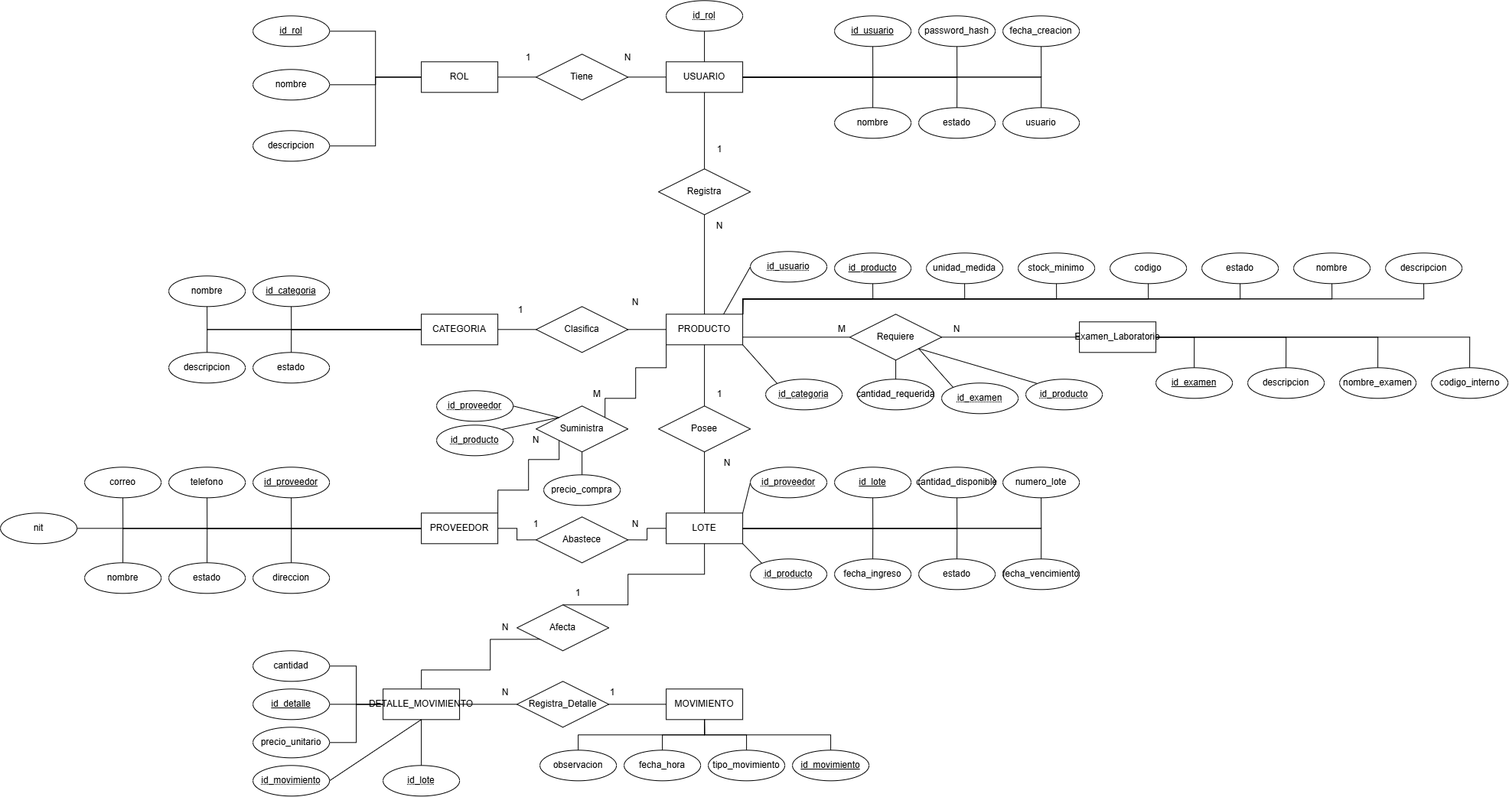
Before: docs/diagramas/DIAGRAMA-ER-LAB.drawio.png, a diagram exported from draw.io (Criss-paz/sistema-inventario-laboratorio). Source tidied: cells renumbered, new cells last; positions are measured from the earlier drawing's top-left corner, leaving out a move shared by most shapes.
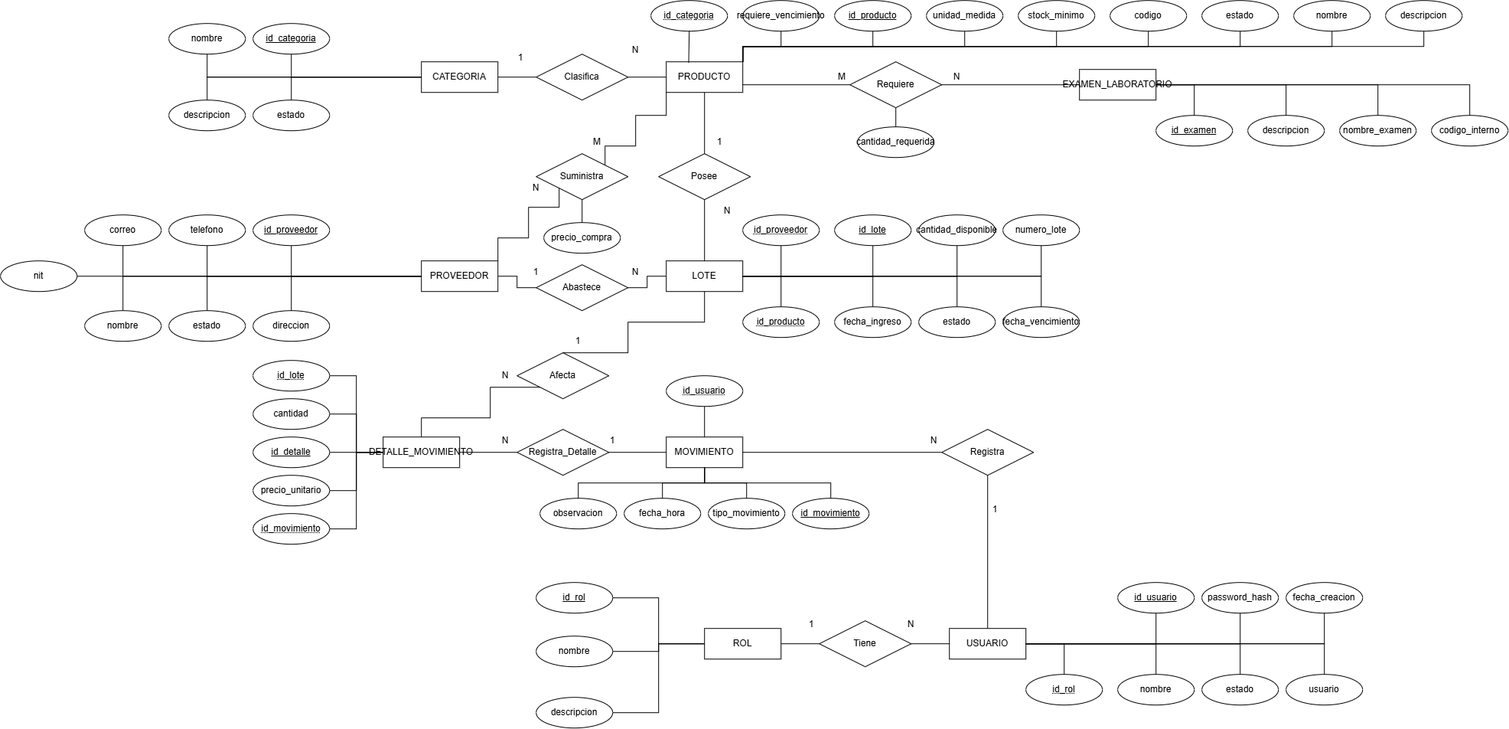
After the change.

Commit message:
fix(docs): corrige el diagrama ER y lo re-exporta a PNG y PDF

La relacion Registra conectaba USUARIO con PRODUCTO, pero la FK real del
DDL es movimiento.id_usuario: ahora es USUARIO (1) - Registra - (N)
MOVIMIENTO. Se agrego el atributo requiere_vencimiento a PRODUCTO, se
completaron las 7 FK del DDL como atributos de forma consistente, se
renombro Examen_Laboratorio a EXAMEN_LABORATORIO y se elimino una arista
sin anclar en id_categoria. PNG y PDF regenerados desde el .drawio.

What changed in the source:
```diff
@@ -8,6 +8,9 @@
     <mxCell id="3" value="ROL" style="whiteSpace=wrap;html=1;align=center;" parent="1" vertex="1">
-      <mxGeometry x="550" y="80" width="100" height="40" as="geometry" />
+      <mxGeometry x="920" y="1150" width="100" height="40" as="geometry" />
     </mxCell>
+    <mxCell id="170" style="edgeStyle=none;curved=1;rounded=0;jettySize=auto;html=1;exitX=0.5;exitY=0;exitDx=0;exitDy=0;entryX=0.5;entryY=1;entryDx=0;entryDy=0;fontSize=12;startSize=8;endSize=8;endArrow=none;endFill=0;" parent="1" edge="1" source="4" target="107">
+      <mxGeometry relative="1" as="geometry" />
+    </mxCell>
     <mxCell id="4" value="USUARIO" style="whiteSpace=wrap;html=1;align=center;" parent="1" vertex="1">
-      <mxGeometry x="870" y="80" width="100" height="40" as="geometry" />
+      <mxGeometry x="1240" y="1150" width="100" height="40" as="geometry" />
     </mxCell>
@@ -47,3 +50,3 @@
     </mxCell>
-    <mxCell id="14" value="Examen_Laboratorio" style="whiteSpace=wrap;html=1;align=center;" parent="1" vertex="1">
+    <mxCell id="14" value="EXAMEN_LABORATORIO" style="whiteSpace=wrap;html=1;align=center;" parent="1" vertex="1">
       <mxGeometry x="1410" y="420" width="100" height="40" as="geometry" />
@@ -54,3 +57,3 @@
     <mxCell id="16" value="id_rol" style="ellipse;whiteSpace=wrap;html=1;align=center;fontStyle=4;" parent="1" vertex="1">
-      <mxGeometry x="330" y="20" width="100" height="40" as="geometry" />
+      <mxGeometry x="700" y="1090" width="100" height="40" as="geometry" />
     </mxCell>
@@ -60,3 +63,3 @@
     <mxCell id="18" value="nombre" style="ellipse;whiteSpace=wrap;html=1;align=center;" parent="1" vertex="1">
-      <mxGeometry x="330" y="90" width="100" height="40" as="geometry" />
+      <mxGeometry x="700" y="1160" width="100" height="40" as="geometry" />
     </mxCell>
@@ -66,3 +69,3 @@
     <mxCell id="20" value="descripcion" style="ellipse;whiteSpace=wrap;html=1;align=center;" parent="1" vertex="1">
-      <mxGeometry x="330" y="170" width="100" height="40" as="geometry" />
+      <mxGeometry x="700" y="1240" width="100" height="40" as="geometry" />
     </mxCell>
@@ -72,3 +75,3 @@
     <mxCell id="22" value="id_usuario" style="ellipse;whiteSpace=wrap;html=1;align=center;fontStyle=4;" parent="1" vertex="1">
-      <mxGeometry x="1090" y="20" width="100" height="40" as="geometry" />
+      <mxGeometry x="1460" y="1090" width="100" height="40" as="geometry" />
     </mxCell>
@@ -78,3 +81,3 @@
     <mxCell id="24" value="nombre" style="ellipse;whiteSpace=wrap;html=1;align=center;" parent="1" vertex="1">
-      <mxGeometry x="1090" y="140" width="100" height="40" as="geometry" />
+      <mxGeometry x="1460" y="1210" width="100" height="40" as="geometry" />
     </mxCell>
@@ -84,3 +87,3 @@
     <mxCell id="26" value="usuario" style="ellipse;whiteSpace=wrap;html=1;align=center;" parent="1" vertex="1">
-      <mxGeometry x="1310" y="140" width="100" height="40" as="geometry" />
+      <mxGeometry x="1680" y="1210" width="100" height="40" as="geometry" />
     </mxCell>
@@ -90,3 +93,3 @@
     <mxCell id="28" value="password_hash" style="ellipse;whiteSpace=wrap;html=1;align=center;" parent="1" vertex="1">
-      <mxGeometry x="1200" y="20" width="100" height="40" as="geometry" />
+      <mxGeometry x="1570" y="1090" width="100" height="40" as="geometry" />
     </mxCell>
@@ -96,3 +99,3 @@
     <mxCell id="30" value="estado" style="ellipse;whiteSpace=wrap;html=1;align=center;" parent="1" vertex="1">
-      <mxGeometry x="1200" y="140" width="100" height="40" as="geometry" />
+      <mxGeometry x="1570" y="1210" width="100" height="40" as="geometry" />
     </mxCell>
@@ -102,3 +105,3 @@
     <mxCell id="32" value="fecha_creacion" style="ellipse;whiteSpace=wrap;html=1;align=center;" parent="1" vertex="1">
-      <mxGeometry x="1310" y="20" width="100" height="40" as="geometry" />
+      <mxGeometry x="1680" y="1090" width="100" height="40" as="geometry" />
     </mxCell>
@@ -304,9 +307,9 @@
     <mxCell id="98" value="Tiene" style="shape=rhombus;perimeter=rhombusPerimeter;whiteSpace=wrap;html=1;align=center;" parent="1" vertex="1">
-      <mxGeometry x="700" y="70" width="120" height="60" as="geometry" />
+      <mxGeometry x="1070" y="1140" width="120" height="60" as="geometry" />
     </mxCell>
     <mxCell id="99" value="1" style="text;html=1;whiteSpace=wrap;strokeColor=none;fillColor=none;align=center;verticalAlign=middle;rounded=0;" parent="1" vertex="1">
-      <mxGeometry x="660" y="60" width="60" height="30" as="geometry" />
+      <mxGeometry x="1030" y="1130" width="60" height="30" as="geometry" />
     </mxCell>
     <mxCell id="100" value="N" style="text;html=1;whiteSpace=wrap;strokeColor=none;fillColor=none;align=center;verticalAlign=middle;rounded=0;" parent="1" vertex="1">
-      <mxGeometry x="790" y="60" width="60" height="30" as="geometry" />
+      <mxGeometry x="1160" y="1130" width="60" height="30" as="geometry" />
     </mxCell>
@@ -324,17 +327,11 @@
     </mxCell>
-    <mxCell id="105" style="edgeStyle=orthogonalEdgeStyle;rounded=0;jettySize=auto;html=1;exitX=0.5;exitY=0;exitDx=0;exitDy=0;entryX=0.5;entryY=1;entryDx=0;entryDy=0;endArrow=none;endFill=0;" parent="1" edge="1" source="107" target="4">
-      <mxGeometry relative="1" as="geometry" />
-    </mxCell>
-    <mxCell id="106" style="edgeStyle=orthogonalEdgeStyle;rounded=0;jettySize=auto;html=1;exitX=0.5;exitY=1;exitDx=0;exitDy=0;entryX=0.5;entryY=0;entryDx=0;entryDy=0;endArrow=none;endFill=0;" parent="1" edge="1" source="107" target="7">
-      <mxGeometry relative="1" as="geometry" />
-    </mxCell>
+    <mxCell id="171" style="edgeStyle=none;curved=1;rounded=0;jettySize=auto;html=1;exitX=0;exitY=0.5;exitDx=0;exitDy=0;entryX=1;entryY=0.5;entryDx=0;entryDy=0;fontSize=12;startSize=8;endSize=8;endArrow=none;endFill=0;" parent="1" edge="1" source="107" target="13">
+      <mxGeometry relative="1" as="geometry" />
+    </mxCell>
     <mxCell id="107" value="Registra" style="shape=rhombus;perimeter=rhombusPerimeter;whiteSpace=wrap;html=1;align=center;" parent="1" vertex="1">
-      <mxGeometry x="860" y="220" width="120" height="60" as="geometry" />
+      <mxGeometry x="1230" y="890" width="120" height="60" as="geometry" />
     </mxCell>
     <mxCell id="108" value="1" style="text;html=1;whiteSpace=wrap;strokeColor=none;fillColor=none;align=center;verticalAlign=middle;rounded=0;" parent="1" vertex="1">
-      <mxGeometry x="910" y="180" width="60" height="30" as="geometry" />
+      <mxGeometry x="1270" y="980" width="60" height="30" as="geometry" />
     </mxCell>
-    <mxCell id="109" value="N" style="text;html=1;whiteSpace=wrap;strokeColor=none;fillColor=none;align=center;verticalAlign=middle;rounded=0;" parent="1" vertex="1">
-      <mxGeometry x="910" y="280" width="60" height="30" as="geometry" />
-    </mxCell>
     <mxCell id="110" style="edgeStyle=orthogonalEdgeStyle;rounded=0;jettySize=auto;html=1;exitX=0.5;exitY=0;exitDx=0;exitDy=0;entryX=0.5;entryY=1;entryDx=0;entryDy=0;endArrow=none;endFill=0;" parent="1" edge="1" source="112" target="7">
@@ -472,3 +469,24 @@
     </mxCell>
+    <mxCell id="109" value="N" style="text;html=1;whiteSpace=wrap;strokeColor=none;fillColor=none;align=center;verticalAlign=middle;rounded=0;" parent="1" vertex="1">
+      <mxGeometry x="1190" y="890" width="60" height="30" as="geometry" />
+    </mxCell>
+    <mxCell id="172" style="edgeStyle=none;curved=1;rounded=0;jettySize=auto;html=1;exitX=0.5;exitY=1;exitDx=0;exitDy=0;entryX=0.5;entryY=0;entryDx=0;entryDy=0;fontSize=12;startSize=8;endSize=8;endArrow=none;endFill=0;" parent="1" edge="1" source="169" target="13">
+      <mxGeometry relative="1" as="geometry" />
+    </mxCell>
+    <mxCell id="169" value="id_usuario" style="ellipse;whiteSpace=wrap;html=1;align=center;fontStyle=20;" parent="1" vertex="1">
+      <mxGeometry x="870" y="820" width="100" height="40" as="geometry" />
+    </mxCell>
+    <mxCell id="173" style="edgeStyle=orthogonalEdgeStyle;rounded=0;jettySize=auto;html=1;exitX=0.5;exitY=1;exitDx=0;exitDy=0;fontSize=12;startSize=8;endSize=8;endArrow=none;endFill=0;entryX=1;entryY=0;entryDx=0;entryDy=0;" parent="1" edge="1" source="174" target="7">
+      <mxGeometry relative="1" as="geometry" />
+    </mxCell>
+    <mxCell id="174" value="requiere_vencimiento" style="ellipse;whiteSpace=wrap;html=1;align=center;" parent="1" vertex="1">
+      <mxGeometry x="970" y="330" width="100" height="40" as="geometry" />
+    </mxCell>
+    <mxCell id="151" value="id_categoria" style="ellipse;whiteSpace=wrap;html=1;align=center;fontStyle=20;" parent="1" vertex="1">
+      <mxGeometry x="850" y="330" width="100" height="40" as="geometry" />
+    </mxCell>
+    <mxCell id="150" style="edgeStyle=none;curved=1;rounded=0;jettySize=auto;html=1;exitX=0.5;exitY=1;exitDx=0;exitDy=0;fontSize=12;startSize=8;endSize=8;endArrow=none;endFill=0;entryX=0.293;entryY=0.025;entryDx=0;entryDy=0;entryPerimeter=0;" parent="1" edge="1" source="151" target="7">
+      <mxGeometry relative="1" as="geometry" />
+    </mxCell>
-    <mxCell id="148" style="edgeStyle=none;curved=1;rounded=0;jettySize=auto;html=1;exitX=0.5;exitY=1;exitDx=0;exitDy=0;entryX=0.5;entryY=0;entryDx=0;entryDy=0;fontSize=12;startSize=8;endSize=8;endArrow=none;endFill=0;" parent="1" edge="1" source="149" target="4">
+    <mxCell id="148" style="edgeStyle=orthogonalEdgeStyle;rounded=0;jettySize=auto;html=1;exitX=0.5;exitY=0;exitDx=0;exitDy=0;fontSize=12;startSize=8;endSize=8;endArrow=none;endFill=0;entryX=1;entryY=0.5;entryDx=0;entryDy=0;" parent="1" edge="1" source="149" target="4">
       <mxGeometry relative="1" as="geometry" />
@@ -476,41 +494,17 @@
     <mxCell id="149" value="id_rol" style="ellipse;whiteSpace=wrap;html=1;align=center;fontStyle=20;" parent="1" vertex="1">
-      <mxGeometry x="870" width="100" height="40" as="geometry" />
+      <mxGeometry x="1340" y="1210" width="100" height="40" as="geometry" />
     </mxCell>
-    <mxCell id="150" style="edgeStyle=none;curved=1;rounded=0;jettySize=auto;html=1;exitX=0;exitY=0;exitDx=0;exitDy=0;entryX=1;entryY=1;entryDx=0;entryDy=0;fontSize=12;startSize=8;endSize=8;endArrow=none;endFill=0;" parent="1" edge="1" source="151" target="7">
-      <mxGeometry relative="1" as="geometry" />
-    </mxCell>
-    <mxCell id="151" value="id_categoria" style="ellipse;whiteSpace=wrap;html=1;align=center;fontStyle=20;" parent="1" vertex="1">
-      <mxGeometry x="1000" y="495" width="100" height="40" as="geometry" />
-    </mxCell>
-    <mxCell id="152" style="edgeStyle=none;curved=1;rounded=0;jettySize=auto;html=1;exitX=0;exitY=0;exitDx=0;exitDy=0;entryX=1;entryY=1;entryDx=0;entryDy=0;fontSize=12;startSize=8;endSize=8;endArrow=none;endFill=0;" parent="1" edge="1" source="153" target="12">
-      <mxGeometry relative="1" as="geometry" />
-    </mxCell>
-    <mxCell id="153" value="id_producto" style="ellipse;whiteSpace=wrap;html=1;align=center;fontStyle=20;" parent="1" vertex="1">
-      <mxGeometry x="980" y="730" width="100" height="40" as="geometry" />
-    </mxCell>
-    <mxCell id="154" value="id_proveedor" style="ellipse;whiteSpace=wrap;html=1;align=center;fontStyle=20;" parent="1" vertex="1">
-      <mxGeometry x="570" y="510" width="100" height="40" as="geometry" />
-    </mxCell>
-    <mxCell id="155" style="edgeStyle=none;curved=1;rounded=0;jettySize=auto;html=1;exitX=1;exitY=0.5;exitDx=0;exitDy=0;entryX=0;entryY=0;entryDx=0;entryDy=0;fontSize=12;startSize=8;endSize=8;endArrow=none;endFill=0;" parent="1" edge="1" source="154" target="116">
-      <mxGeometry relative="1" as="geometry" />
-    </mxCell>
-    <mxCell id="156" style="edgeStyle=none;curved=1;rounded=0;jettySize=auto;html=1;exitX=1;exitY=0;exitDx=0;exitDy=0;entryX=0;entryY=0;entryDx=0;entryDy=0;fontSize=12;startSize=8;endSize=8;endArrow=none;endFill=0;" parent="1" edge="1" source="157" target="116">
-      <mxGeometry relative="1" as="geometry" />
-    </mxCell>
-    <mxCell id="157" value="id_producto" style="ellipse;whiteSpace=wrap;html=1;align=center;fontStyle=20;" parent="1" vertex="1">
-      <mxGeometry x="570" y="555" width="100" height="40" as="geometry" />
-    </mxCell>
-    <mxCell id="158" value="id_examen" style="ellipse;whiteSpace=wrap;html=1;align=center;fontStyle=20;" parent="1" vertex="1">
-      <mxGeometry x="1230" y="500" width="100" height="40" as="geometry" />
-    </mxCell>
-    <mxCell id="159" style="edgeStyle=none;curved=1;rounded=0;jettySize=auto;html=1;exitX=0;exitY=0;exitDx=0;exitDy=0;entryX=1;entryY=1;entryDx=0;entryDy=0;fontSize=12;startSize=8;endSize=8;endArrow=none;endFill=0;" parent="1" edge="1" source="158" target="123">
-      <mxGeometry relative="1" as="geometry" />
-    </mxCell>
-    <mxCell id="160" style="edgeStyle=none;curved=1;rounded=0;jettySize=auto;html=1;exitX=0;exitY=0;exitDx=0;exitDy=0;entryX=1;entryY=1;entryDx=0;entryDy=0;fontSize=12;startSize=8;endSize=8;endArrow=none;endFill=0;" parent="1" edge="1" source="161" target="123">
-      <mxGeometry relative="1" as="geometry" />
-    </mxCell>
-    <mxCell id="161" value="id_producto" style="ellipse;whiteSpace=wrap;html=1;align=center;fontStyle=20;" parent="1" vertex="1">
-      <mxGeometry x="1340" y="495" width="100" height="40" as="geometry" />
-    </mxCell>
+    <mxCell id="175" style="edgeStyle=orthogonalEdgeStyle;rounded=0;jettySize=auto;html=1;exitX=0.5;exitY=0;exitDx=0;exitDy=0;entryX=1;entryY=0.5;entryDx=0;entryDy=0;fontSize=12;startSize=8;endSize=8;endArrow=none;endFill=0;" parent="1" edge="1" source="176" target="12">
+      <mxGeometry relative="1" as="geometry" />
+    </mxCell>
+    <mxCell id="176" value="id_producto" style="ellipse;whiteSpace=wrap;html=1;align=center;fontStyle=20;" parent="1" vertex="1">
+      <mxGeometry x="970" y="730" width="100" height="40" as="geometry" />
+    </mxCell>
+    <mxCell id="177" style="edgeStyle=orthogonalEdgeStyle;rounded=0;jettySize=auto;html=1;exitX=0.5;exitY=1;exitDx=0;exitDy=0;entryX=1;entryY=0.5;entryDx=0;entryDy=0;fontSize=12;startSize=8;endSize=8;endArrow=none;endFill=0;" parent="1" edge="1" source="178" target="12">
+      <mxGeometry relative="1" as="geometry" />
+    </mxCell>
+    <mxCell id="178" value="id_proveedor" style="ellipse;whiteSpace=wrap;html=1;align=center;fontStyle=20;" parent="1" vertex="1">
+      <mxGeometry x="970" y="610" width="100" height="40" as="geometry" />
+    </mxCell>
-    <mxCell id="162" style="edgeStyle=none;curved=1;rounded=0;jettySize=auto;html=1;exitX=1;exitY=0.5;exitDx=0;exitDy=0;entryX=0.5;entryY=1;entryDx=0;entryDy=0;fontSize=12;startSize=8;endSize=8;endArrow=none;endFill=0;" parent="1" edge="1" source="163" target="138">
+    <mxCell id="162" style="edgeStyle=orthogonalEdgeStyle;rounded=0;jettySize=auto;html=1;exitX=1;exitY=0.5;exitDx=0;exitDy=0;entryX=0;entryY=0.5;entryDx=0;entryDy=0;fontSize=12;startSize=8;endSize=8;endArrow=none;endFill=0;" parent="1" edge="1" source="163" target="138">
       <mxGeometry relative="1" as="geometry" />
@@ -520,9 +514,3 @@
     </mxCell>
-    <mxCell id="164" style="edgeStyle=none;curved=1;rounded=0;jettySize=auto;html=1;exitX=0;exitY=0.5;exitDx=0;exitDy=0;entryX=1;entryY=0;entryDx=0;entryDy=0;fontSize=12;startSize=8;endSize=8;endArrow=none;endFill=0;" parent="1" edge="1" source="165" target="12">
-      <mxGeometry relative="1" as="geometry" />
-    </mxCell>
-    <mxCell id="165" value="id_proveedor" style="ellipse;whiteSpace=wrap;html=1;align=center;fontStyle=20;" parent="1" vertex="1">
-      <mxGeometry x="980" y="610" width="100" height="40" as="geometry" />
-    </mxCell>
-    <mxCell id="166" style="edgeStyle=none;curved=1;rounded=0;jettySize=auto;html=1;exitX=0.5;exitY=0;exitDx=0;exitDy=0;entryX=0.5;entryY=1;entryDx=0;entryDy=0;fontSize=12;startSize=8;endSize=8;endArrow=none;endFill=0;" parent="1" edge="1" source="167" target="138">
+    <mxCell id="166" style="edgeStyle=orthogonalEdgeStyle;rounded=0;jettySize=auto;html=1;exitX=1;exitY=0.5;exitDx=0;exitDy=0;entryX=0;entryY=0.5;entryDx=0;entryDy=0;fontSize=12;startSize=8;endSize=8;endArrow=none;endFill=0;" parent="1" edge="1" source="167" target="138">
       <mxGeometry relative="1" as="geometry" />
@@ -530,10 +518,4 @@
     <mxCell id="167" value="id_lote" style="ellipse;whiteSpace=wrap;html=1;align=center;fontStyle=20;" parent="1" vertex="1">
-      <mxGeometry x="500" y="1000" width="100" height="40" as="geometry" />
+      <mxGeometry x="330" y="800" width="100" height="40" as="geometry" />
     </mxCell>
-    <mxCell id="168" style="edgeStyle=none;curved=1;rounded=0;jettySize=auto;html=1;exitX=0;exitY=0.5;exitDx=0;exitDy=0;entryX=0.75;entryY=0;entryDx=0;entryDy=0;fontSize=12;startSize=8;endSize=8;endArrow=none;endFill=0;" parent="1" edge="1" source="169" target="7">
-      <mxGeometry relative="1" as="geometry" />
-    </mxCell>
-    <mxCell id="169" value="id_usuario" style="ellipse;whiteSpace=wrap;html=1;align=center;fontStyle=20;" parent="1" vertex="1">
-      <mxGeometry x="980" y="328" width="100" height="40" as="geometry" />
-    </mxCell>
   </root>
```
